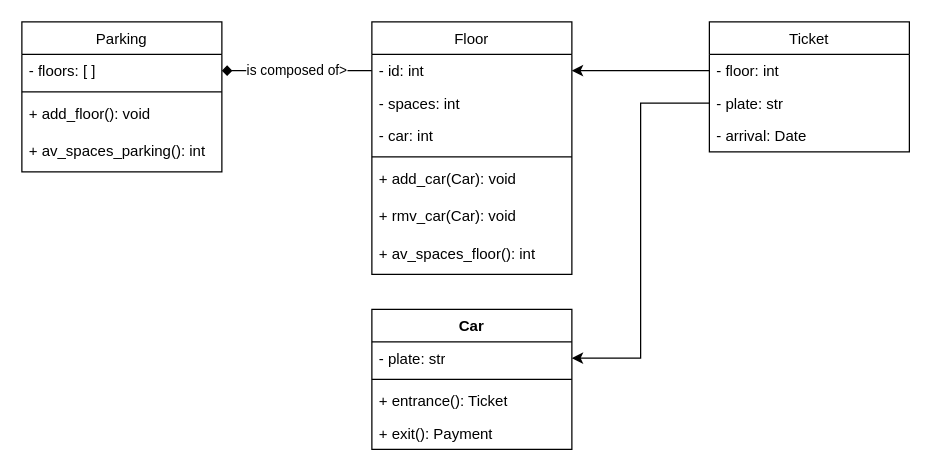
Before: ParkEase.drawio in toruke/2tm1_ParkEase, a draw.io diagram. Source tidied: cells renumbered, new cells numbered last; positions are measured from the earlier drawing's top-left corner, leaving out a move shared by most shapes. Both pictures are drawn from the tidied source at 125%, with x=0, y=0 at pixel (21, 21).
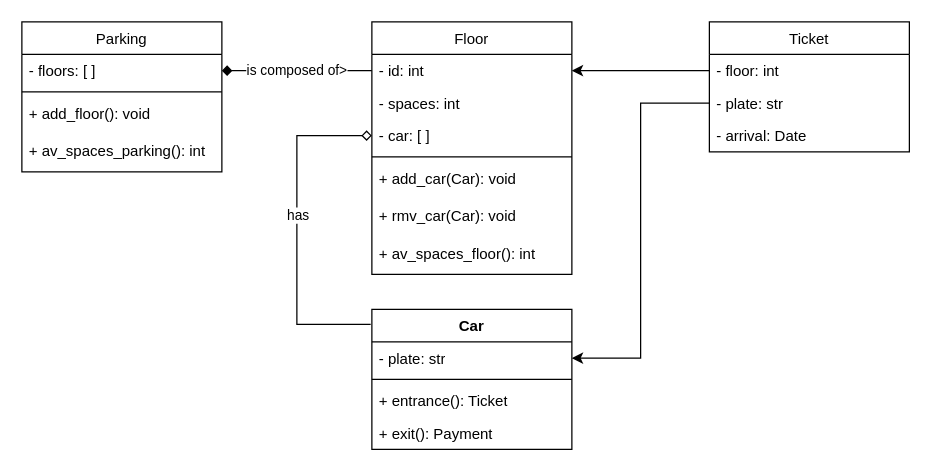
Above is the later version.

Commit message:
ajout commentaire lien Floor -> Car

The change refers to these unchanged cells:
```xml
<mxCell id="7" value="Floor" style="swimlane;fontStyle=0;align=center;verticalAlign=top;horizontal=1;startSize=26;rounded=0;shadow=0;strokeWidth=1;" parent="1" vertex="1">
  <mxGeometry x="280" width="160" height="202" as="geometry" />
</mxCell>
<mxCell id="20" value="Car" style="swimlane;fontStyle=1;align=center;verticalAlign=top;horizontal=1;startSize=26;whiteSpace=wrap;html=1;" parent="1" vertex="1">
  <mxGeometry x="280" y="230" width="160" height="112" as="geometry" />
</mxCell>
```

The edit, as a diff of the source:
```diff
@@
-    <mxCell id="10" value="- car: int" style="text;align=left;verticalAlign=top;spacingLeft=4;spacingRight=4;overflow=hidden;points=[[0,0.5],[1,0.5]];portConstraint=eastwest;" parent="7" vertex="1">
+    <mxCell id="10" value="- car: [ ]" style="text;align=left;verticalAlign=top;spacingLeft=4;spacingRight=4;overflow=hidden;points=[[0,0.5],[1,0.5]];portConstraint=eastwest;" parent="7" vertex="1">
       <mxGeometry y="78" width="160" height="26" as="geometry" />
     </mxCell>
@@
+    <mxCell id="27" style="edgeStyle=elbowEdgeStyle;rounded=0;jettySize=auto;html=1;exitX=0;exitY=0.5;exitDx=0;exitDy=0;entryX=-0.006;entryY=0.107;entryDx=0;entryDy=0;entryPerimeter=0;startArrow=diamond;startFill=0;endArrow=none;endFill=0;" parent="1" edge="1" source="10" target="20">
+      <mxGeometry relative="1" as="geometry">
+        <Array as="points">
+          <mxPoint x="220" y="170" />
+        </Array>
+      </mxGeometry>
+    </mxCell>
+    <mxCell id="28" value="has" style="edgeLabel;html=1;align=center;verticalAlign=middle;" parent="27" vertex="1">
+      <mxGeometry x="-0.09" relative="1" as="geometry" />
+    </mxCell>
```
